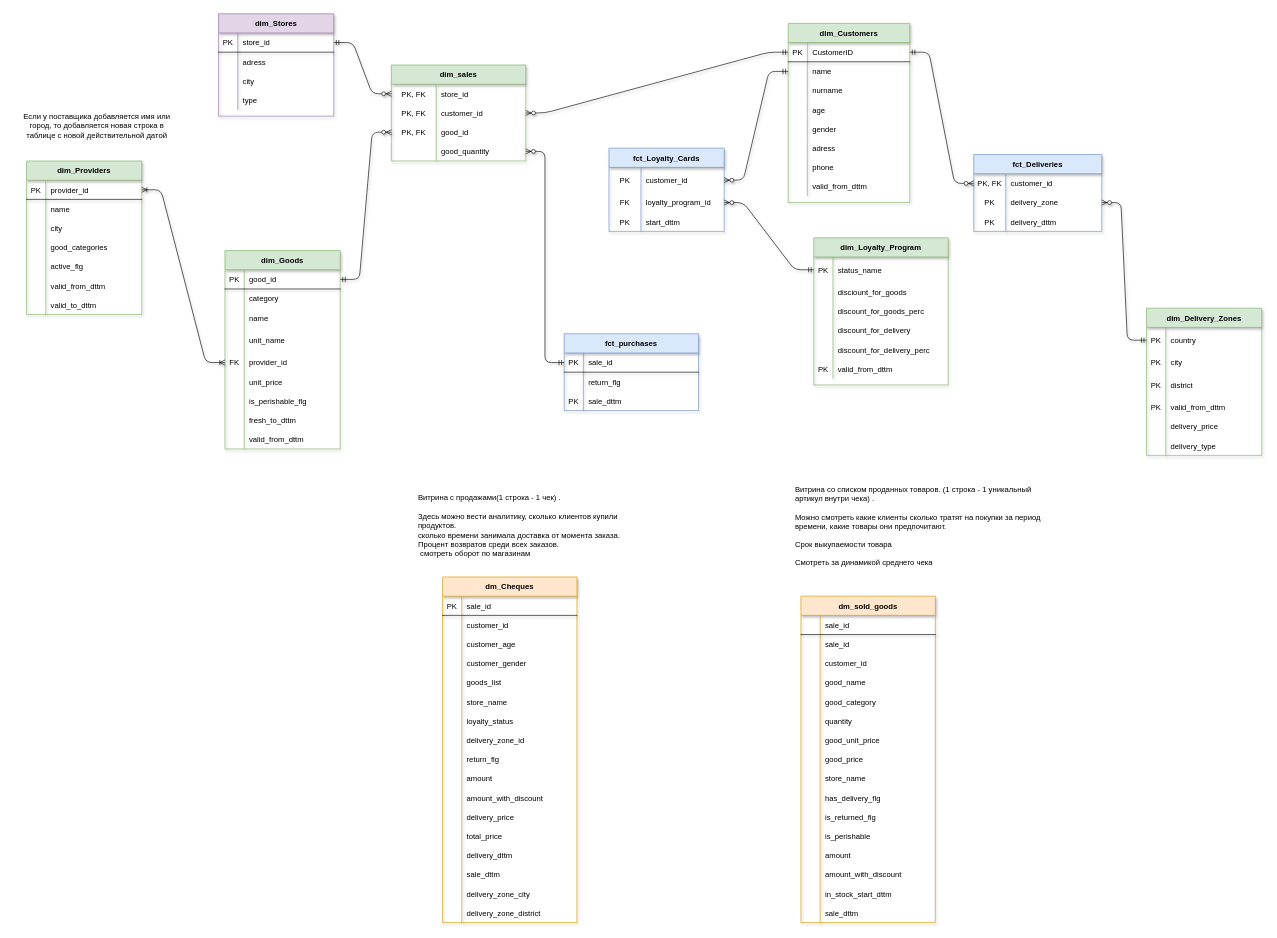
Before: foodstore_canstellation.drawio in kouki11/Portfolio, a draw.io diagram. Source tidied: cells renumbered, new cells numbered last; positions are measured from the earlier drawing's top-left corner, leaving out a move shared by most shapes. Both pictures are drawn from the tidied source at 64%, with x=0, y=0 at pixel (13, 13).
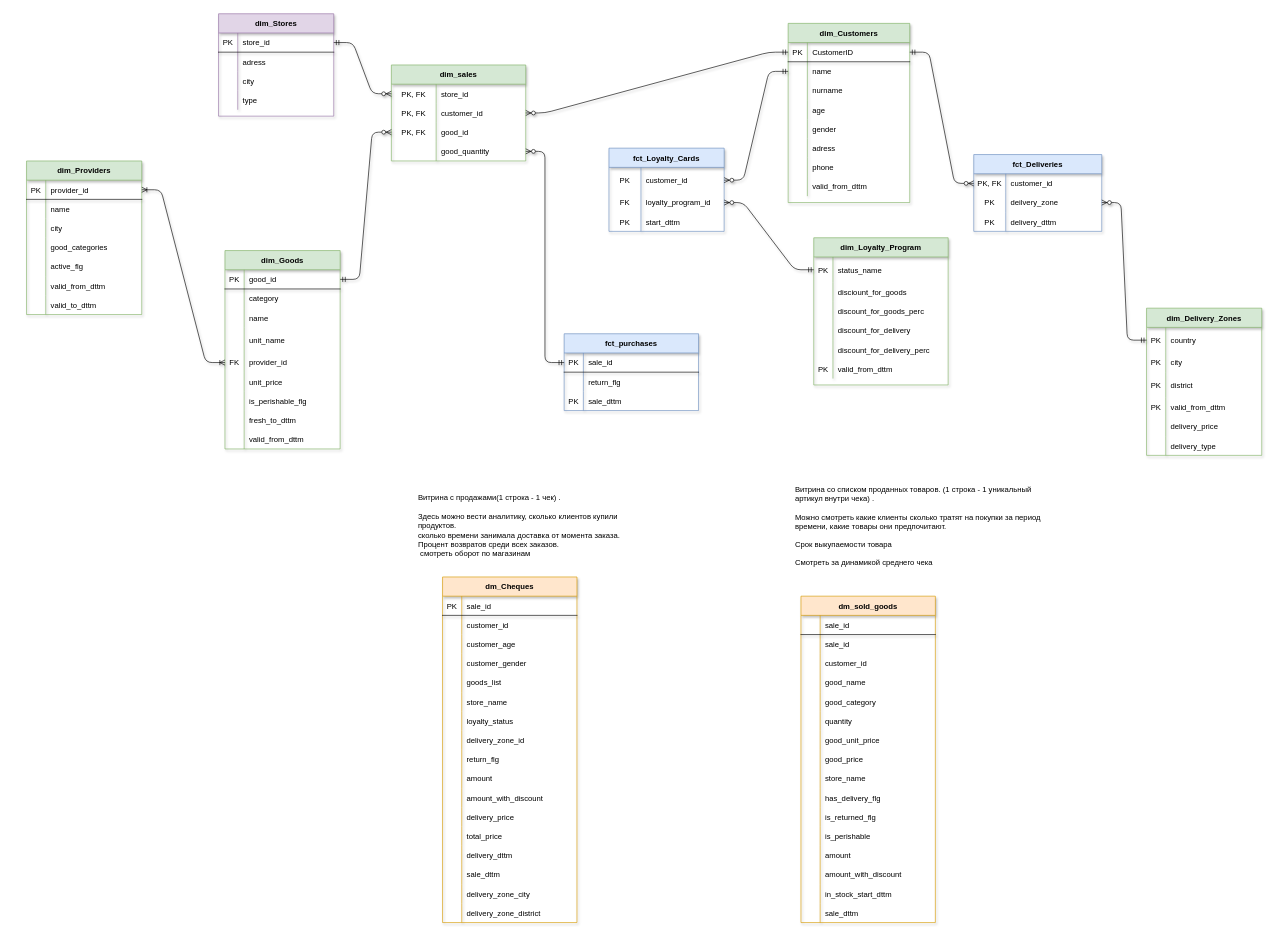
Above is the later version.

Change to the diagram source:
```diff
@@
-    <mxCell id="266" value="Если у поставщика добавляется имя или город, то добавляется новая строка в таблице с новой действительной датой" style="text;html=1;strokeColor=none;fillColor=none;align=center;verticalAlign=middle;whiteSpace=wrap;rounded=0;shadow=1;" parent="1" vertex="1">
-      <mxGeometry y="130" width="260" height="90" as="geometry" />
-    </mxCell>
```
